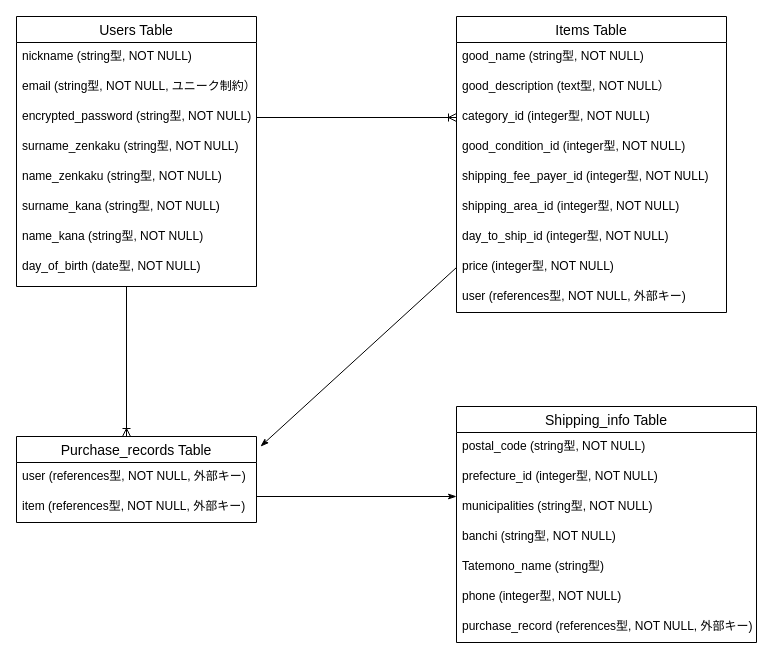
This is furima.dio from calvin8171/furima-37744, a draw.io file, before an edit. Source tidied: cells renumbered, new cells numbered last; positions are measured from the earlier drawing's top-left corner, leaving out a move shared by most shapes. Both pictures are drawn from the tidied source at 100%, with x=0, y=0 at pixel (16, 16).
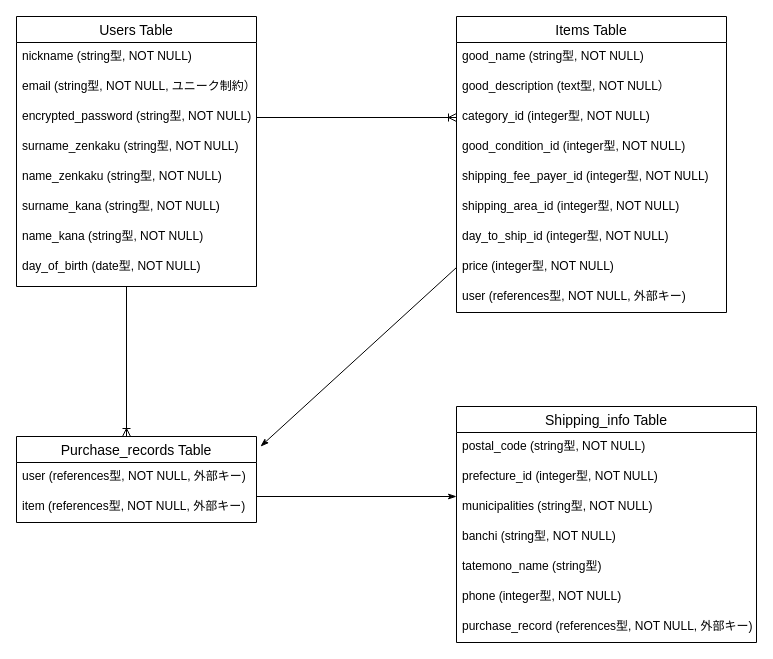
After the change.

The change refers to these unchanged cells:
```xml
<mxCell id="27" value="Shipping_info Table" style="swimlane;fontStyle=0;horizontal=1;startSize=26;align=center;fontSize=14;" parent="1" vertex="1">
  <mxGeometry x="440" y="390" width="300" height="236" as="geometry" />
</mxCell>
```

The edit, as a diff of the source:
```diff
@@
-    <mxCell id="32" value="Tatemono_name (string型)" style="text;strokeColor=none;fillColor=none;spacingLeft=4;spacingRight=4;overflow=hidden;fontSize=12;" parent="27" vertex="1">
+    <mxCell id="32" value="tatemono_name (string型)" style="text;strokeColor=none;fillColor=none;spacingLeft=4;spacingRight=4;overflow=hidden;fontSize=12;" parent="27" vertex="1">
       <mxGeometry y="146" width="300" height="30" as="geometry" />
     </mxCell>
```
